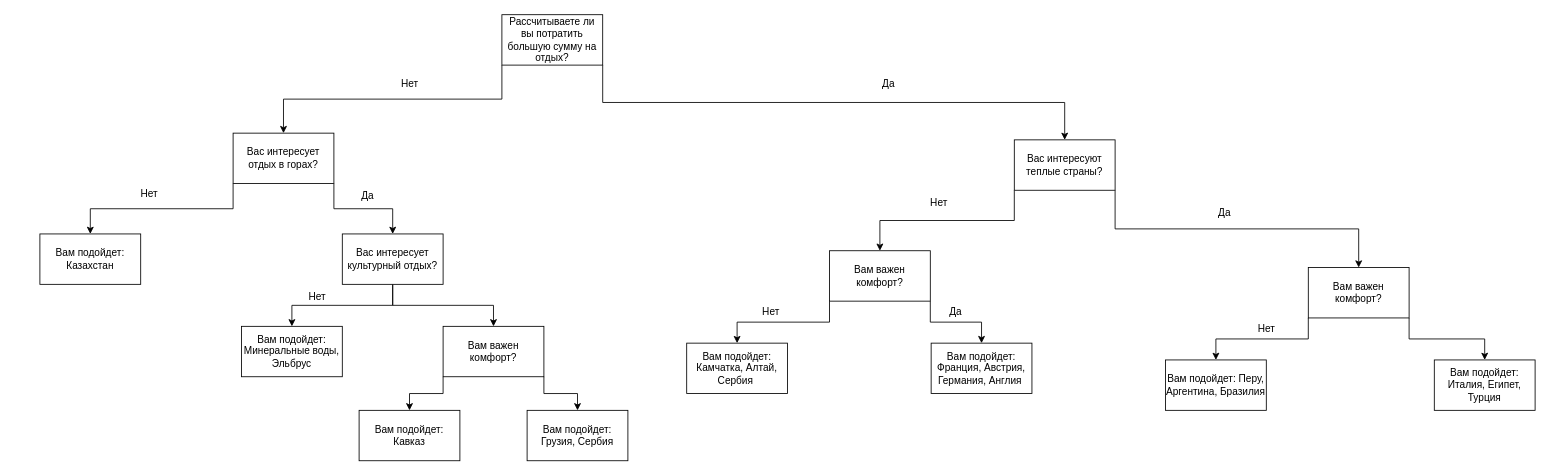
Earlier version of the draw.io diagram Экспертная_Система.drawio (Grigosty/diagrammsForStudy). Source tidied: cells renumbered, new cells numbered last; positions are measured from the earlier drawing's top-left corner, leaving out a move shared by most shapes. Both pictures are drawn from the tidied source at 84%, with x=0, y=0 at pixel (39, 14).
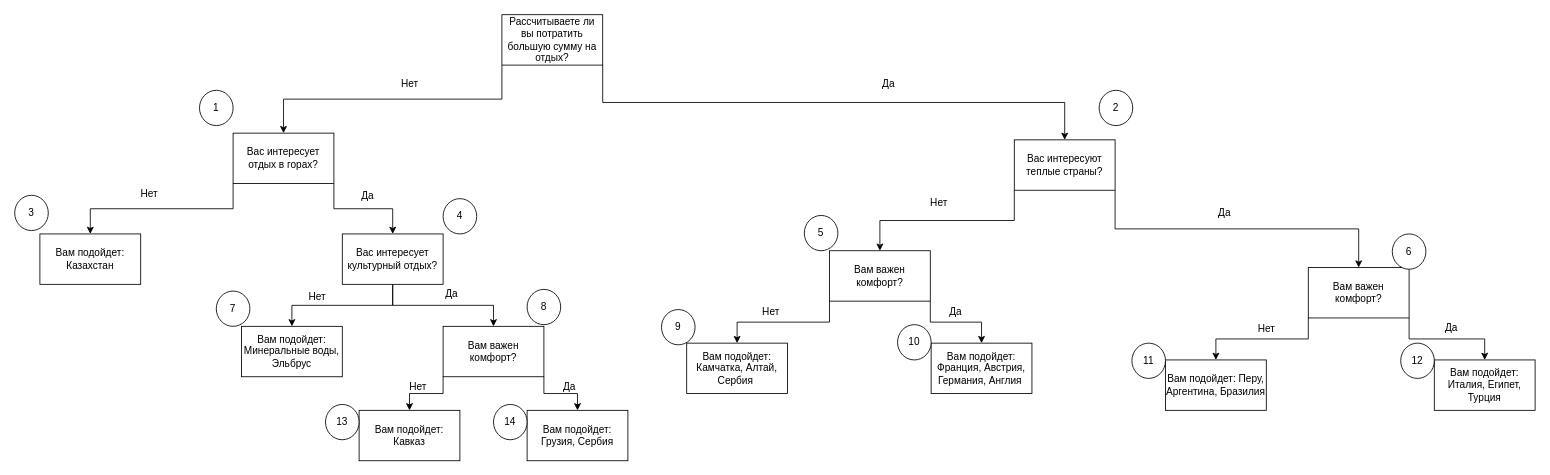
After the change.

The edit, as a diff of the source:
```diff
@@
+    <mxCell id="41" value="1" style="ellipse;whiteSpace=wrap;html=1;" parent="1" vertex="1">
+      <mxGeometry x="190" y="90" width="40" height="42" as="geometry" />
+    </mxCell>
+    <mxCell id="42" value="2" style="ellipse;whiteSpace=wrap;html=1;" parent="1" vertex="1">
+      <mxGeometry x="1261" y="90" width="40" height="42" as="geometry" />
+    </mxCell>
+    <mxCell id="43" value="3" style="ellipse;whiteSpace=wrap;html=1;" parent="1" vertex="1">
+      <mxGeometry x="-30" y="215" width="40" height="42" as="geometry" />
+    </mxCell>
+    <mxCell id="44" value="4" style="ellipse;whiteSpace=wrap;html=1;" parent="1" vertex="1">
+      <mxGeometry x="480" y="219" width="40" height="42" as="geometry" />
+    </mxCell>
+    <mxCell id="45" value="5" style="ellipse;whiteSpace=wrap;html=1;" parent="1" vertex="1">
+      <mxGeometry x="910" y="239" width="40" height="42" as="geometry" />
+    </mxCell>
+    <mxCell id="46" value="6" style="ellipse;whiteSpace=wrap;html=1;" parent="1" vertex="1">
+      <mxGeometry x="1610" y="261" width="40" height="42" as="geometry" />
+    </mxCell>
+    <mxCell id="47" value="7" style="ellipse;whiteSpace=wrap;html=1;" parent="1" vertex="1">
+      <mxGeometry x="210" y="329" width="40" height="42" as="geometry" />
+    </mxCell>
+    <mxCell id="48" value="8" style="ellipse;whiteSpace=wrap;html=1;" parent="1" vertex="1">
+      <mxGeometry x="580" y="327" width="40" height="42" as="geometry" />
+    </mxCell>
+    <mxCell id="49" value="9" style="ellipse;whiteSpace=wrap;html=1;" parent="1" vertex="1">
+      <mxGeometry x="740" y="351" width="40" height="42" as="geometry" />
+    </mxCell>
+    <mxCell id="50" value="13" style="ellipse;whiteSpace=wrap;html=1;" parent="1" vertex="1">
+      <mxGeometry x="340" y="464" width="40" height="42" as="geometry" />
+    </mxCell>
+    <mxCell id="51" value="14" style="ellipse;whiteSpace=wrap;html=1;" parent="1" vertex="1">
+      <mxGeometry x="540" y="464" width="40" height="42" as="geometry" />
+    </mxCell>
+    <mxCell id="52" value="10" style="ellipse;whiteSpace=wrap;html=1;" parent="1" vertex="1">
+      <mxGeometry x="1021" y="369" width="40" height="42" as="geometry" />
+    </mxCell>
+    <mxCell id="53" value="11" style="ellipse;whiteSpace=wrap;html=1;" parent="1" vertex="1">
+      <mxGeometry x="1300" y="391" width="40" height="42" as="geometry" />
+    </mxCell>
+    <mxCell id="54" value="12" style="ellipse;whiteSpace=wrap;html=1;" parent="1" vertex="1">
+      <mxGeometry x="1620" y="391" width="40" height="42" as="geometry" />
+    </mxCell>
+    <mxCell id="55" value="Да" style="text;html=1;align=center;verticalAlign=middle;strokeColor=none;fillColor=none;" parent="1" vertex="1">
+      <mxGeometry x="470" y="318" width="40" height="30" as="geometry" />
+    </mxCell>
+    <mxCell id="56" value="Нет" style="text;html=1;align=center;verticalAlign=middle;strokeColor=none;fillColor=none;" parent="1" vertex="1">
+      <mxGeometry x="430" y="428" width="40" height="30" as="geometry" />
+    </mxCell>
+    <mxCell id="57" value="Да" style="text;html=1;align=center;verticalAlign=middle;strokeColor=none;fillColor=none;" parent="1" vertex="1">
+      <mxGeometry x="610" y="428" width="40" height="30" as="geometry" />
+    </mxCell>
+    <mxCell id="58" value="Да" style="text;html=1;align=center;verticalAlign=middle;strokeColor=none;fillColor=none;" parent="1" vertex="1">
+      <mxGeometry x="1660" y="358" width="40" height="30" as="geometry" />
+    </mxCell>
```
